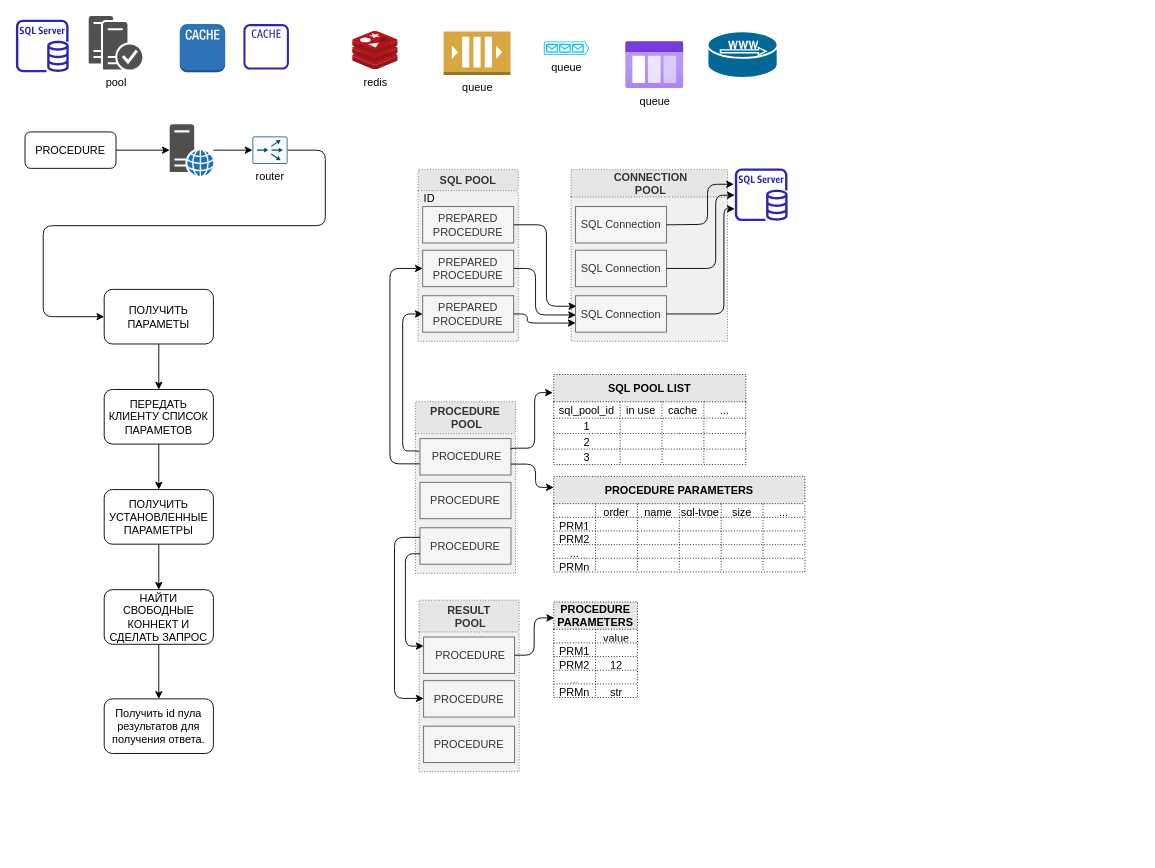
Earlier version of the draw.io diagram page "набросок" (1 of 2) of Backend.drawio (sashok74/diagrams). Source tidied: cells renumbered, new cells numbered last; positions are measured from the earlier drawing's top-left corner, leaving out a move shared by most shapes. Both pictures are drawn from the tidied source at 91%, with x=0, y=0 at pixel (15, 15).
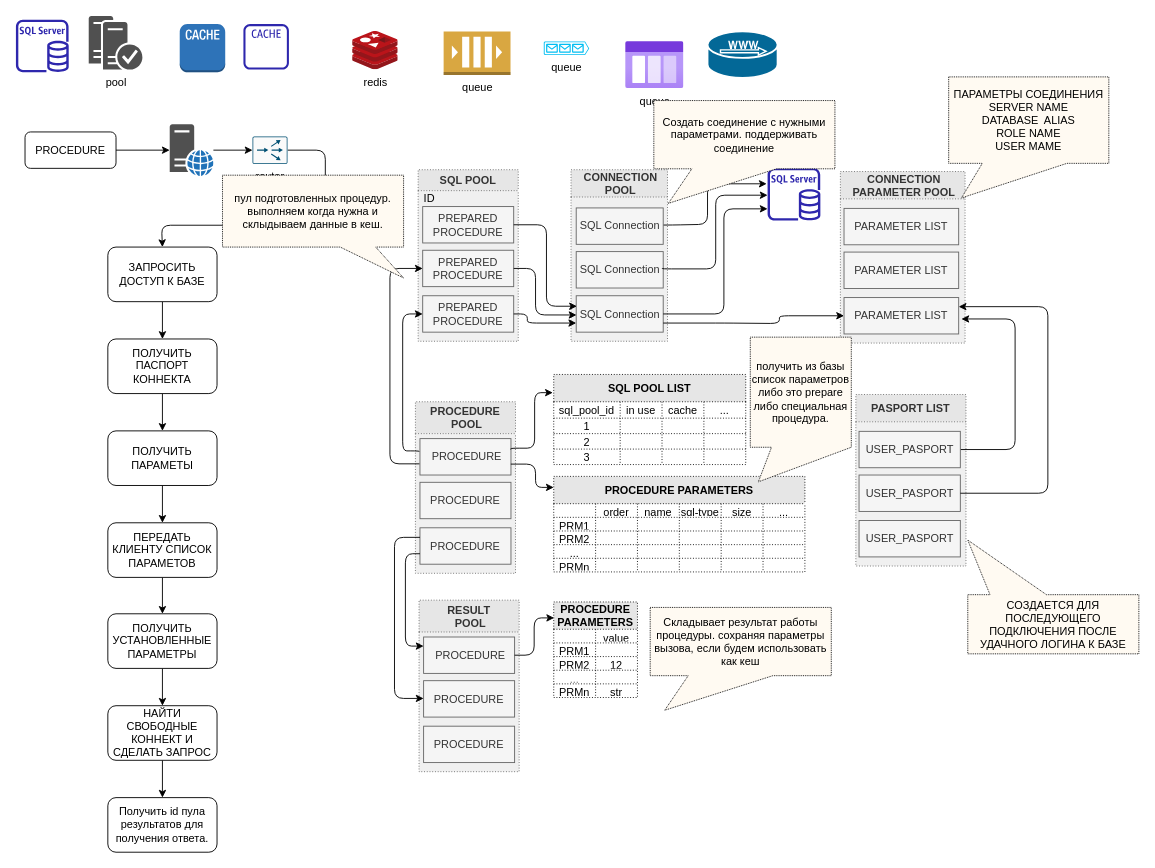
After the change.

The change refers to these unchanged cells:
```xml
<mxCell id="11" value="router" style="sketch=0;points=[[0.015,0.015,0],[0.985,0.015,0],[0.985,0.985,0],[0.015,0.985,0],[0.25,0,0],[0.5,0,0],[0.75,0,0],[1,0.25,0],[1,0.5,0],[1,0.75,0],[0.75,1,0],[0.5,1,0],[0.25,1,0],[0,0.75,0],[0,0.5,0],[0,0.25,0]];verticalLabelPosition=bottom;html=1;verticalAlign=top;align=center;shape=mxgraph.cisco19.rect;prIcon=content_router;fillColor=#FAFAFA;strokeColor=#005073;" parent="1" vertex="1">
  <mxGeometry x="260" y="132.5" width="38.4" height="30" as="geometry" />
</mxCell>
```

Diff of the diagram source:
```diff
@@
-    <mxCell id="10" style="edgeStyle=orthogonalEdgeStyle;rounded=1;jettySize=auto;html=1;entryX=0;entryY=0.5;entryDx=0;entryDy=0;" parent="1" edge="1" source="11" target="18">
+    <mxCell id="10" style="edgeStyle=orthogonalEdgeStyle;rounded=1;jettySize=auto;html=1;entryX=0.5;entryY=0;entryDx=0;entryDy=0;" parent="1" edge="1" source="11" target="137">
       <mxGeometry relative="1" as="geometry">
         <Array as="points">
-          <mxPoint x="340" y="147.5" />
-          <mxPoint x="340" y="230.5" />
-          <mxPoint x="30" y="230.5" />
-          <mxPoint x="30" y="330.5" />
+          <mxPoint x="340" y="148" />
+          <mxPoint x="340" y="230" />
+          <mxPoint x="160" y="230" />
         </Array>
       </mxGeometry>
     </mxCell>
@@
-    <mxCell id="18" value="ПОЛУЧИТЬ ПАРАМЕТЫ" style="rounded=1;whiteSpace=wrap;html=1;" parent="1" vertex="1">
-      <mxGeometry x="97" y="300.5" width="120" height="60" as="geometry" />
+    <mxCell id="18" value="ПОЛУЧИТЬ ПАРАМЕТЫ" style="rounded=1;whiteSpace=wrap;html=1;flipV=1;" parent="1" vertex="1">
+      <mxGeometry x="101" y="456" width="120" height="60" as="geometry" />
     </mxCell>
     <mxCell id="19" style="sketch=0;outlineConnect=0;fontColor=#232F3E;gradientColor=none;fillColor=#2E27AD;strokeColor=none;dashed=0;verticalLabelPosition=bottom;verticalAlign=top;align=center;html=1;fontSize=12;fontStyle=0;shape=mxgraph.aws4.rds_sql_server_instance;" parent="1" vertex="1">
-      <mxGeometry x="790" y="167.5" width="58" height="58" as="geometry" />
+      <mxGeometry x="826" y="167" width="58" height="58" as="geometry" />
     </mxCell>
@@
-    <mxCell id="21" value="ПЕРЕДАТЬ КЛИЕНТУ СПИСОК ПАРАМЕТОВ" style="rounded=1;whiteSpace=wrap;html=1;" parent="1" vertex="1">
-      <mxGeometry x="97" y="410.5" width="120" height="60" as="geometry" />
+    <mxCell id="21" value="ПЕРЕДАТЬ КЛИЕНТУ СПИСОК ПАРАМЕТОВ" style="rounded=1;whiteSpace=wrap;html=1;flipV=1;" parent="1" vertex="1">
+      <mxGeometry x="101" y="557" width="120" height="60" as="geometry" />
     </mxCell>
@@
-    <mxCell id="23" value="ПОЛУЧИТЬ УСТАНОВЛЕННЫЕ ПАРАМЕТРЫ" style="rounded=1;whiteSpace=wrap;html=1;" parent="1" vertex="1">
-      <mxGeometry x="97" y="520.5" width="120" height="60" as="geometry" />
+    <mxCell id="23" value="ПОЛУЧИТЬ УСТАНОВЛЕННЫЕ ПАРАМЕТРЫ" style="rounded=1;whiteSpace=wrap;html=1;flipV=1;" parent="1" vertex="1">
+      <mxGeometry x="101" y="657" width="120" height="60" as="geometry" />
     </mxCell>
@@
-    <mxCell id="25" value="НАЙТИ СВОБОДНЫЕ КОННЕКТ И СДЕЛАТЬ ЗАПРОС" style="rounded=1;whiteSpace=wrap;html=1;" parent="1" vertex="1">
-      <mxGeometry x="97" y="630.5" width="120" height="60" as="geometry" />
+    <mxCell id="25" value="НАЙТИ СВОБОДНЫЕ КОННЕКТ И СДЕЛАТЬ ЗАПРОС" style="rounded=1;whiteSpace=wrap;html=1;flipV=1;" parent="1" vertex="1">
+      <mxGeometry x="101" y="758" width="120" height="60" as="geometry" />
     </mxCell>
@@
     <mxCell id="32" style="group;" parent="1" vertex="1">
-      <mxGeometry x="610" y="169" width="172" height="188.5" as="geometry" />
+      <mxGeometry x="610" y="169" width="106" height="188.5" as="geometry" />
     </mxCell>
     <mxCell id="33" value=" CONNECTION&#10; POOL" style="swimlane;dashed=1;dashPattern=1 2;fillColor=#E6E6E6;fontColor=#333333;strokeColor=#666666;glass=0;swimlaneFillColor=#F0F0F0;startSize=30;" parent="32" vertex="1">
-      <mxGeometry width="172" height="188.5" as="geometry" />
+      <mxGeometry width="106" height="188.5" as="geometry" />
     </mxCell>
-    <mxCell id="34" value="SQL Connection" style="rounded=0;whiteSpace=wrap;html=1;fillColor=#f5f5f5;strokeColor=#666666;fontColor=#333333;" parent="32" vertex="1">
-      <mxGeometry x="5" y="40.5" width="100" height="40" as="geometry" />
-    </mxCell>
-    <mxCell id="35" value="SQL Connection" style="rounded=0;whiteSpace=wrap;html=1;fillColor=#f5f5f5;strokeColor=#666666;fontColor=#333333;" parent="32" vertex="1">
-      <mxGeometry x="5" y="88.5" width="100" height="40" as="geometry" />
-    </mxCell>
     <mxCell id="36" value="SQL Connection" style="rounded=0;whiteSpace=wrap;html=1;fillColor=#f5f5f5;strokeColor=#666666;fontColor=#333333;" parent="32" vertex="1">
-      <mxGeometry x="5" y="138.5" width="100" height="40" as="geometry" />
+      <mxGeometry x="5.7" y="138.5" width="95.6" height="40" as="geometry" />
     </mxCell>
+    <mxCell id="134" value="SQL Connection" style="rounded=0;whiteSpace=wrap;html=1;fillColor=#f5f5f5;strokeColor=#666666;fontColor=#333333;" parent="32" vertex="1">
+      <mxGeometry x="5.7" y="42" width="95.6" height="40" as="geometry" />
+    </mxCell>
+    <mxCell id="135" value="SQL Connection" style="rounded=0;whiteSpace=wrap;html=1;fillColor=#f5f5f5;strokeColor=#666666;fontColor=#333333;" parent="32" vertex="1">
+      <mxGeometry x="5.7" y="90" width="95.6" height="40" as="geometry" />
+    </mxCell>
@@
-    <mxCell id="40" style="edgeStyle=orthogonalEdgeStyle;rounded=1;jettySize=auto;html=1;exitX=1;exitY=0.5;exitDx=0;exitDy=0;entryX=-0.017;entryY=0.301;entryDx=0;entryDy=0;entryPerimeter=0;" parent="1" edge="1" source="34" target="19">
+    <mxCell id="40" style="edgeStyle=orthogonalEdgeStyle;rounded=1;jettySize=auto;html=1;exitX=1.005;exitY=0.47;exitDx=0;exitDy=0;entryX=-0.017;entryY=0.301;entryDx=0;entryDy=0;entryPerimeter=0;exitPerimeter=0;" parent="1" edge="1" source="134" target="19">
       <mxGeometry relative="1" as="geometry">
         <Array as="points">
           <mxPoint x="720" y="230" />
           <mxPoint x="760" y="229" />
           <mxPoint x="760" y="185" />
         </Array>
       </mxGeometry>
     </mxCell>
-    <mxCell id="41" style="edgeStyle=orthogonalEdgeStyle;rounded=1;jettySize=auto;html=1;exitX=1;exitY=0.5;exitDx=0;exitDy=0;" parent="1" edge="1" source="35" target="19">
+    <mxCell id="41" style="edgeStyle=orthogonalEdgeStyle;rounded=1;jettySize=auto;html=1;exitX=0.99;exitY=0.45;exitDx=0;exitDy=0;exitPerimeter=0;" parent="1" edge="1" source="135" target="19">
       <mxGeometry relative="1" as="geometry">
         <Array as="points">
           <mxPoint x="769" y="278" />
           <mxPoint x="769" y="197" />
         </Array>
       </mxGeometry>
     </mxCell>
@@
-    <mxCell id="133" value="Получить id пула результатов для получения ответа." style="rounded=1;whiteSpace=wrap;html=1;" parent="1" vertex="1">
-      <mxGeometry x="97" y="750.5" width="120" height="60" as="geometry" />
+    <mxCell id="133" value="Получить id пула результатов для получения ответа." style="rounded=1;whiteSpace=wrap;html=1;flipV=1;" parent="1" vertex="1">
+      <mxGeometry x="101" y="859" width="120" height="60" as="geometry" />
     </mxCell>
+    <mxCell id="136" style="edgeStyle=orthogonalEdgeStyle;rounded=0;jettySize=auto;html=1;" parent="1" edge="1" source="137" target="139">
+      <mxGeometry relative="1" as="geometry" />
+    </mxCell>
+    <mxCell id="137" value="ЗАПРОСИТЬ ДОСТУП К БАЗЕ" style="rounded=1;whiteSpace=wrap;html=1;flipV=1;" parent="1" vertex="1">
+      <mxGeometry x="101" y="254" width="120" height="60" as="geometry" />
+    </mxCell>
+    <mxCell id="138" style="edgeStyle=orthogonalEdgeStyle;rounded=0;jettySize=auto;html=1;" parent="1" edge="1" source="139" target="18">
+      <mxGeometry relative="1" as="geometry" />
+    </mxCell>
+    <mxCell id="139" value="ПОЛУЧИТЬ ПАСПОРТ КОННЕКТА" style="rounded=1;whiteSpace=wrap;html=1;flipV=1;" parent="1" vertex="1">
+      <mxGeometry x="101" y="355" width="120" height="60" as="geometry" />
+    </mxCell>
+    <mxCell id="140" style="group;" parent="1" vertex="1">
+      <mxGeometry x="906" y="171" width="137" height="188.5" as="geometry" />
+    </mxCell>
+    <mxCell id="141" value=" CONNECTION&#10; PARAMETER POOL" style="swimlane;dashed=1;dashPattern=1 2;fillColor=#E6E6E6;fontColor=#333333;strokeColor=#666666;glass=0;swimlaneFillColor=#F0F0F0;startSize=30;" parent="140" vertex="1">
+      <mxGeometry width="137" height="188.5" as="geometry" />
+    </mxCell>
+    <mxCell id="142" value="PARAMETER LIST" style="rounded=0;whiteSpace=wrap;html=1;fillColor=#f5f5f5;strokeColor=#666666;fontColor=#333333;" parent="140" vertex="1">
+      <mxGeometry x="4" y="40.5" width="126" height="40" as="geometry" />
+    </mxCell>
+    <mxCell id="143" value="PARAMETER LIST" style="rounded=0;whiteSpace=wrap;html=1;fillColor=#f5f5f5;strokeColor=#666666;fontColor=#333333;" parent="140" vertex="1">
+      <mxGeometry x="4" y="88.5" width="126" height="40" as="geometry" />
+    </mxCell>
+    <mxCell id="144" value="PARAMETER LIST" style="rounded=0;whiteSpace=wrap;html=1;fillColor=#f5f5f5;strokeColor=#666666;fontColor=#333333;" parent="140" vertex="1">
+      <mxGeometry x="4" y="138.5" width="126" height="40" as="geometry" />
+    </mxCell>
+    <mxCell id="145" style="edgeStyle=orthogonalEdgeStyle;rounded=1;jettySize=auto;html=1;entryX=0;entryY=0.5;entryDx=0;entryDy=0;exitX=1;exitY=0.75;exitDx=0;exitDy=0;" parent="1" edge="1" source="36" target="144">
+      <mxGeometry relative="1" as="geometry">
+        <Array as="points">
+          <mxPoint x="779" y="338" />
+          <mxPoint x="839" y="338" />
+          <mxPoint x="839" y="330" />
+        </Array>
+      </mxGeometry>
+    </mxCell>
+    <mxCell id="146" style="group;" parent="1" vertex="1">
+      <mxGeometry x="923" y="416" width="121" height="188.5" as="geometry" />
+    </mxCell>
+    <mxCell id="147" value="PASPORT LIST" style="swimlane;dashed=1;dashPattern=1 2;fillColor=#E6E6E6;fontColor=#333333;strokeColor=#666666;glass=0;swimlaneFillColor=#F0F0F0;startSize=30;" parent="146" vertex="1">
+      <mxGeometry width="121" height="188.5" as="geometry" />
+    </mxCell>
+    <mxCell id="148" style="edgeStyle=orthogonalEdgeStyle;rounded=1;jettySize=auto;html=1;" parent="146" edge="1" source="149">
+      <mxGeometry relative="1" as="geometry">
+        <mxPoint x="116" y="-83" as="targetPoint" />
+        <Array as="points">
+          <mxPoint x="175" y="61" />
+          <mxPoint x="175" y="-83" />
+        </Array>
+      </mxGeometry>
+    </mxCell>
+    <mxCell id="149" value="USER_PASPORT" style="rounded=0;whiteSpace=wrap;html=1;fillColor=#f5f5f5;strokeColor=#666666;fontColor=#333333;" parent="146" vertex="1">
+      <mxGeometry x="3.5" y="40.5" width="111.3" height="40" as="geometry" />
+    </mxCell>
+    <mxCell id="150" value="USER_PASPORT" style="rounded=0;whiteSpace=wrap;html=1;fillColor=#f5f5f5;strokeColor=#666666;fontColor=#333333;" parent="146" vertex="1">
+      <mxGeometry x="3.5" y="88.5" width="111.3" height="40" as="geometry" />
+    </mxCell>
+    <mxCell id="151" value="USER_PASPORT" style="rounded=0;whiteSpace=wrap;html=1;fillColor=#f5f5f5;strokeColor=#666666;fontColor=#333333;" parent="146" vertex="1">
+      <mxGeometry x="3.5" y="138.5" width="111.3" height="40" as="geometry" />
+    </mxCell>
+    <mxCell id="152" style="edgeStyle=orthogonalEdgeStyle;rounded=1;jettySize=auto;html=1;entryX=1;entryY=0.25;entryDx=0;entryDy=0;" parent="1" edge="1" source="150" target="144">
+      <mxGeometry relative="1" as="geometry">
+        <Array as="points">
+          <mxPoint x="1134" y="525" />
+          <mxPoint x="1134" y="319" />
+        </Array>
+      </mxGeometry>
+    </mxCell>
+    <mxCell id="153" parent="0" />
+    <mxCell id="154" value="Создать соединение с нужными параметрами. поддерживать соединение" style="shape=callout;whiteSpace=wrap;html=1;perimeter=calloutPerimeter;glass=0;dashed=1;dashPattern=1 1;strokeColor=default;fillColor=#FFFAF2;size=38;position=0.21;position2=0.08;base=93;" parent="153" vertex="1">
+      <mxGeometry x="701" y="93" width="199" height="113" as="geometry" />
+    </mxCell>
+    <mxCell id="155" value="Складывает результат работы процедуры. сохраняя параметры вызова, если будем использовать как кеш" style="shape=callout;whiteSpace=wrap;html=1;perimeter=calloutPerimeter;glass=0;dashed=1;dashPattern=1 1;strokeColor=default;fillColor=#FFFAF2;size=38;position=0.21;position2=0.08;base=93;" parent="153" vertex="1">
+      <mxGeometry x="697" y="650" width="199" height="113" as="geometry" />
+    </mxCell>
+    <mxCell id="156" value="&lt;div&gt;получить из базы список параметров либо это prepare либо специальная процедура.&lt;/div&gt;" style="shape=callout;whiteSpace=wrap;html=1;perimeter=calloutPerimeter;glass=0;dashed=1;dashPattern=1 1;strokeColor=default;fillColor=#FFFAF2;size=38;position=0.21;position2=0.08;base=93;" parent="153" vertex="1">
+      <mxGeometry x="807" y="353" width="111" height="159" as="geometry" />
+    </mxCell>
+    <mxCell id="157" value="пул подготовленных процедур. выполняем когда нужна и склыдываем данные в кеш." style="shape=callout;whiteSpace=wrap;html=1;perimeter=calloutPerimeter;glass=0;dashed=1;dashPattern=1 1;strokeColor=default;fillColor=#FFFAF2;size=34;position=0.65;position2=1;base=39;" parent="153" vertex="1">
+      <mxGeometry x="227" y="175" width="199" height="113" as="geometry" />
+    </mxCell>
+    <mxCell id="158" value="&lt;div&gt;ПАРАМЕТРЫ СОЕДИНЕНИЯ&lt;/div&gt;&lt;div&gt;SERVER NAME&lt;/div&gt;&lt;div&gt;DATABASE&amp;nbsp; ALIAS &lt;br&gt;&lt;/div&gt;&lt;div&gt;ROLE NAME&lt;/div&gt;&lt;div&gt;USER MAME&lt;br&gt;&lt;/div&gt;" style="shape=callout;whiteSpace=wrap;html=1;perimeter=calloutPerimeter;glass=0;dashed=1;dashPattern=1 1;strokeColor=default;fillColor=#FFFAF2;size=38;position=0.21;position2=0.08;base=93;" parent="153" vertex="1">
+      <mxGeometry x="1025" y="67" width="176" height="133" as="geometry" />
+    </mxCell>
+    <mxCell id="159" value="СОЗДАЕТСЯ ДЛЯ ПОСЛЕДУЮЩЕГО ПОДКЛЮЧЕНИЯ ПОСЛЕ УДАЧНОГО ЛОГИНА К БАЗЕ" style="shape=callout;whiteSpace=wrap;html=1;perimeter=calloutPerimeter;glass=0;dashed=1;dashPattern=1 1;strokeColor=default;fillColor=#FFFAF2;size=60;position=0.13;position2=0;base=62;flipV=1;" parent="153" vertex="1">
+      <mxGeometry x="1046" y="576" width="188" height="125" as="geometry" />
+    </mxCell>
```
